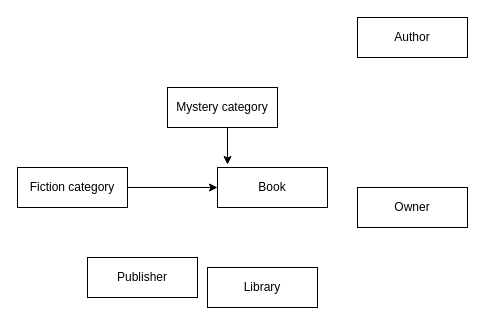
Before: question3.drawio in abby18abby/week-2-class-diagram, a draw.io diagram. Source tidied: cells renumbered, new cells numbered last; positions are measured from the earlier drawing's top-left corner, leaving out a move shared by most shapes. Both pictures are drawn from the tidied source at 100%, with x=0, y=0 at pixel (17, 17).
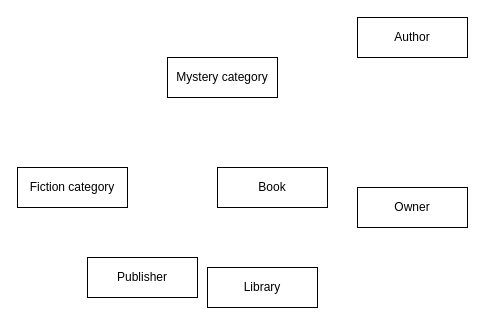
The same diagram, later.

What changed in the source:
```diff
@@
 <mxGraphModel>
   <root>
     <mxCell id="0" />
     <mxCell id="1" parent="0" />
     <mxCell id="2" value="Owner" style="rounded=0;whiteSpace=wrap;html=1;" parent="1" vertex="1">
       <mxGeometry x="340" y="170" width="110" height="40" as="geometry" />
     </mxCell>
     <mxCell id="3" value="Author" style="rounded=0;whiteSpace=wrap;html=1;" parent="1" vertex="1">
       <mxGeometry x="340" width="110" height="40" as="geometry" />
     </mxCell>
     <mxCell id="4" value="Library" style="rounded=0;whiteSpace=wrap;html=1;" parent="1" vertex="1">
       <mxGeometry x="190" y="250" width="110" height="40" as="geometry" />
     </mxCell>
     <mxCell id="5" value="Publisher" style="rounded=0;whiteSpace=wrap;html=1;" parent="1" vertex="1">
       <mxGeometry x="70" y="240" width="110" height="40" as="geometry" />
     </mxCell>
     <mxCell id="6" value="Fiction category" style="rounded=0;whiteSpace=wrap;html=1;" parent="1" vertex="1">
       <mxGeometry y="150" width="110" height="40" as="geometry" />
     </mxCell>
     <mxCell id="7" value="Book" style="rounded=0;whiteSpace=wrap;html=1;" parent="1" vertex="1">
       <mxGeometry x="200" y="150" width="110" height="40" as="geometry" />
     </mxCell>
     <mxCell id="8" value="Mystery category" style="rounded=0;whiteSpace=wrap;html=1;" parent="1" vertex="1">
-      <mxGeometry x="150" y="70" width="110" height="40" as="geometry" />
+      <mxGeometry x="150" y="40" width="110" height="40" as="geometry" />
     </mxCell>
-    <mxCell id="9" style="endArrow=classic;html=1;entryX=0;entryY=0.5;entryDx=0;entryDy=0;" parent="1" edge="1" target="7">
-      <mxGeometry relative="1" as="geometry">
-        <mxPoint x="110" y="170" as="sourcePoint" />
-      </mxGeometry>
-    </mxCell>
-    <mxCell id="10" style="endArrow=classic;html=1;entryX=0.091;entryY=-0.075;entryDx=0;entryDy=0;entryPerimeter=0;" parent="1" edge="1" target="7">
-      <mxGeometry relative="1" as="geometry">
-        <mxPoint x="210" y="110" as="sourcePoint" />
-      </mxGeometry>
-    </mxCell>
   </root>
 </mxGraphModel>
```
